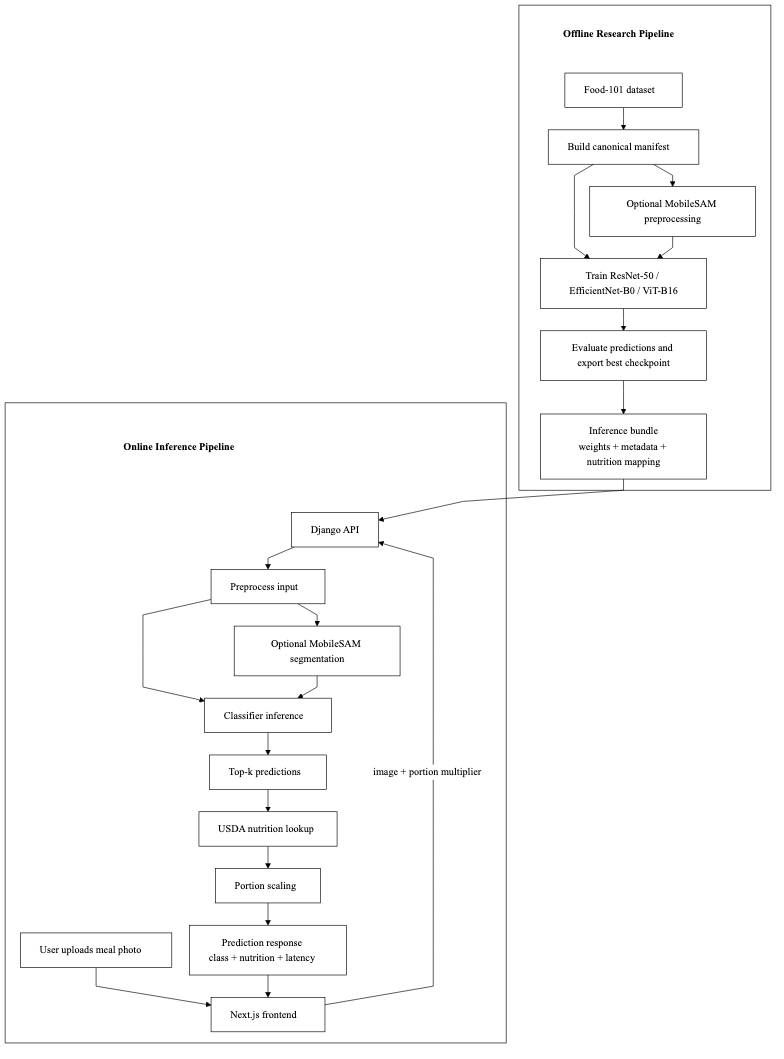
Above: report/figures/pipeline.png in jaymalve/snapcal (Mermaid), before the change. Its source is kept beside it as report/figures/pipeline.mmd.
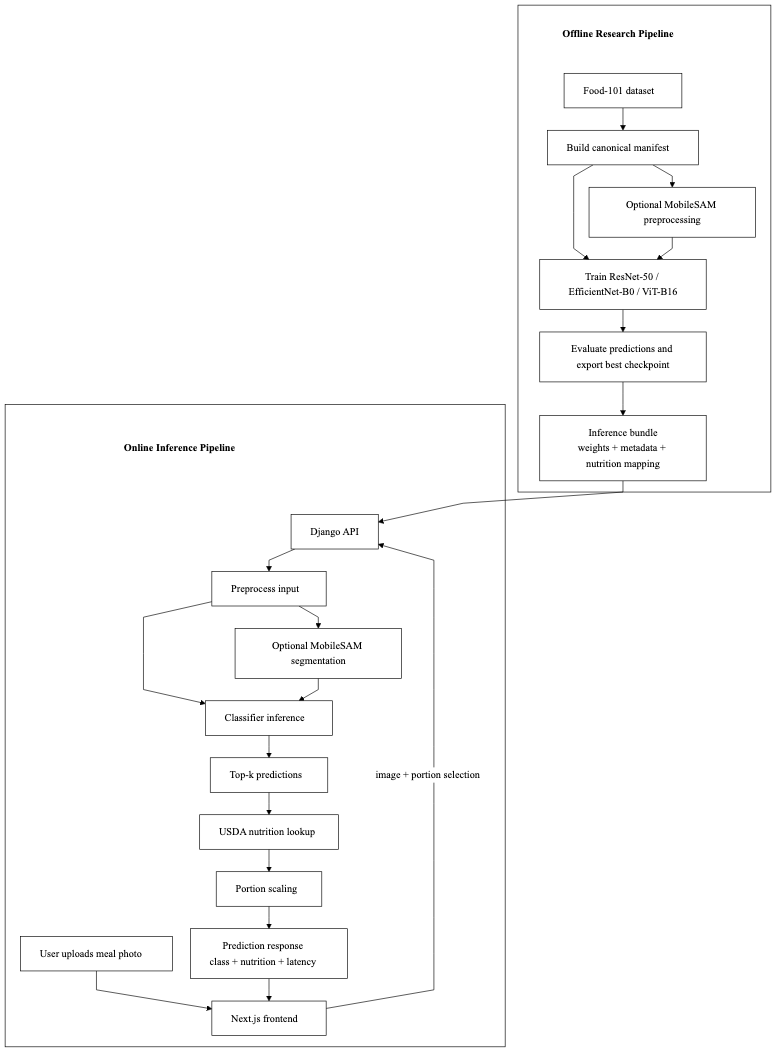
Above is the later version.

Change to the diagram source:
```diff
@@ -35,7 +35,7 @@
 
     IT --- A
     U --> F
-    F -->|image + portion multiplier| A
+    F -->|image + portion selection| A
     A --> P
     P --> OS
     P --> C
```
